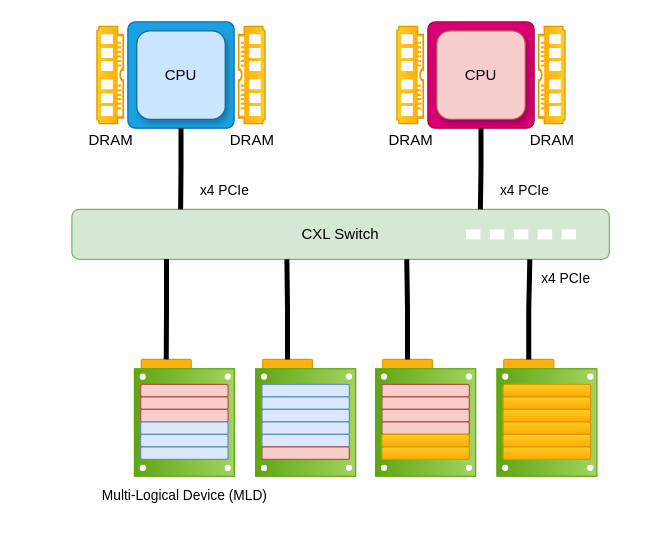
kamilkhan52/cxl_diagrams keeps this draw.io diagram as Single lines No Switch MLD multiple hosts.drawio. Above is the earlier version. Source tidied: cells renumbered, new cells numbered last; positions are measured from the earlier drawing's top-left corner, leaving out a move shared by most shapes. Both pictures are drawn from the tidied source at 125%, with x=0, y=0 at pixel (71, 21).
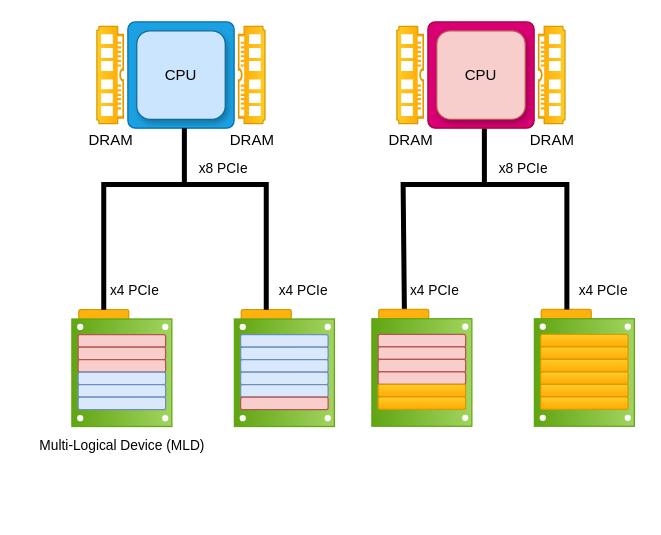
Above is the later version.

Unchanged cells that the change refers to:
```xml
<mxCell id="11" style="rounded=1;whiteSpace=wrap;html=1;direction=south;fillColor=#ffb20d;arcSize=7;strokeColor=#d79b00;rotation=90;" parent="10" vertex="1">
  <mxGeometry x="15.7" y="-10.2" width="19.6" height="40" as="geometry" />
</mxCell>
<mxCell id="24" style="rounded=1;whiteSpace=wrap;html=1;direction=south;fillColor=#ffb20d;arcSize=7;strokeColor=#d79b00;rotation=90;" parent="23" vertex="1">
  <mxGeometry x="15.7" y="-10.2" width="19.6" height="40" as="geometry" />
</mxCell>
<mxCell id="37" style="rounded=1;whiteSpace=wrap;html=1;direction=south;fillColor=#ffb20d;arcSize=7;strokeColor=#d79b00;rotation=90;" parent="36" vertex="1">
  <mxGeometry x="15.7" y="-10.2" width="19.6" height="40" as="geometry" />
</mxCell>
<mxCell id="51" style="rounded=1;whiteSpace=wrap;html=1;direction=south;fillColor=#ffb20d;arcSize=7;strokeColor=#d79b00;rotation=90;" parent="50" vertex="1">
  <mxGeometry x="15.7" y="-10.2" width="19.6" height="40" as="geometry" />
</mxCell>
<mxCell id="65" style="rounded=1;whiteSpace=wrap;html=1;arcSize=7;fillColor=#1ba1e2;strokeColor=#006EAF;fontColor=#ffffff;" parent="64" vertex="1">
  <mxGeometry width="85" height="85" as="geometry" />
</mxCell>
<mxCell id="72" style="rounded=1;whiteSpace=wrap;html=1;arcSize=7;fillColor=#d80073;strokeColor=#A50040;fontColor=#ffffff;" parent="71" vertex="1">
  <mxGeometry width="85" height="85" as="geometry" />
</mxCell>
```

Diff of the diagram source:
```diff
@@
+    <mxCell id="83" style="edgeStyle=orthogonalEdgeStyle;rounded=0;orthogonalLoop=1;jettySize=auto;html=1;endArrow=none;endFill=0;strokeWidth=4;entryX=0.5;entryY=1;entryDx=0;entryDy=0;" parent="1" edge="1">
+      <mxGeometry relative="1" as="geometry">
+        <mxPoint x="330" y="85" as="sourcePoint" />
+        <mxPoint x="266" y="230" as="targetPoint" />
+        <Array as="points">
+          <mxPoint x="330" y="130" />
+          <mxPoint x="265" y="130" />
+        </Array>
+      </mxGeometry>
+    </mxCell>
     <mxCell id="2" value="x4 PCIe" style="text;html=1;align=center;verticalAlign=middle;strokeColor=none;fillColor=none;fontFamily=Helvetica;fontSize=11;fontColor=default;labelBackgroundColor=default;" parent="1" vertex="1">
-      <mxGeometry x="92" y="120" width="60" height="30" as="geometry" />
+      <mxGeometry x="154.6" y="200.2" width="60" height="30" as="geometry" />
     </mxCell>
-    <mxCell id="3" style="group;" parent="1" vertex="1">
-      <mxGeometry y="150" width="430" height="40" as="geometry" />
-    </mxCell>
-    <mxCell id="4" value="CXL Switch" style="rounded=1;whiteSpace=wrap;html=1;fillColor=#d5e8d4;strokeColor=#82b366;" parent="3" vertex="1">
-      <mxGeometry width="430" height="40" as="geometry" />
-    </mxCell>
-    <mxCell id="5" style="rounded=0;whiteSpace=wrap;html=1;strokeColor=none;" parent="3" vertex="1">
-      <mxGeometry x="315.3" y="16" width="11.5" height="8" as="geometry" />
-    </mxCell>
-    <mxCell id="6" style="rounded=0;whiteSpace=wrap;html=1;strokeColor=none;" parent="3" vertex="1">
-      <mxGeometry x="334.4" y="16" width="11.5" height="8" as="geometry" />
-    </mxCell>
-    <mxCell id="7" style="rounded=0;whiteSpace=wrap;html=1;strokeColor=none;" parent="3" vertex="1">
-      <mxGeometry x="353.6" y="16" width="11.5" height="8" as="geometry" />
-    </mxCell>
-    <mxCell id="8" style="rounded=0;whiteSpace=wrap;html=1;strokeColor=none;" parent="3" vertex="1">
-      <mxGeometry x="372.7" y="16" width="11.5" height="8" as="geometry" />
-    </mxCell>
-    <mxCell id="9" style="rounded=0;whiteSpace=wrap;html=1;strokeColor=none;" parent="3" vertex="1">
-      <mxGeometry x="391.8" y="16" width="11.5" height="8" as="geometry" />
-    </mxCell>
     <mxCell id="10" style="group;" parent="1" vertex="1">
-      <mxGeometry x="243" y="270" width="80" height="93.5" as="geometry" />
+      <mxGeometry x="240" y="230" width="80" height="93.5" as="geometry" />
     </mxCell>
@@
     <mxCell id="15" style="ellipse;whiteSpace=wrap;html=1;strokeWidth=3;shadow=0;strokeColor=#ffffff;rotation=90;" parent="10" vertex="1">
-      <mxGeometry x="5.7" y="12.8" width="2" height="2" as="geometry" />
+      <mxGeometry x="-44.3" y="-27" width="2" height="2" as="geometry" />
     </mxCell>
     <mxCell id="16" style="ellipse;whiteSpace=wrap;html=1;strokeWidth=3;shadow=0;strokeColor=#ffffff;rotation=90;" parent="10" vertex="1">
-      <mxGeometry x="5.7" y="85.8" width="2" height="2" as="geometry" />
+      <mxGeometry x="-44.3" y="46" width="2" height="2" as="geometry" />
     </mxCell>
@@
     <mxCell id="23" style="group;" parent="1" vertex="1">
-      <mxGeometry x="340" y="270" width="80" height="93.5" as="geometry" />
+      <mxGeometry x="370" y="230" width="80" height="93.5" as="geometry" />
     </mxCell>
@@
     <mxCell id="36" style="group;" parent="1" vertex="1">
-      <mxGeometry x="50" y="270" width="80" height="93.5" as="geometry" />
+      <mxGeometry y="230.2" width="80" height="93.5" as="geometry" />
     </mxCell>
@@
     <mxCell id="49" value="Multi-Logical Device (MLD)" style="text;html=1;align=center;verticalAlign=middle;strokeColor=none;fillColor=none;fontFamily=Helvetica;fontSize=11;fontColor=default;labelBackgroundColor=default;" parent="1" vertex="1">
-      <mxGeometry x="10" y="363.5" width="160" height="30" as="geometry" />
+      <mxGeometry x="-40" y="323.7" width="160" height="30" as="geometry" />
     </mxCell>
     <mxCell id="50" style="group;" parent="1" vertex="1">
-      <mxGeometry x="147" y="270" width="80" height="93.5" as="geometry" />
+      <mxGeometry x="130" y="230.2" width="80" height="93.5" as="geometry" />
     </mxCell>
@@
     <mxCell id="63" style="group;" parent="1" vertex="1">
-      <mxGeometry x="20" width="134.6" height="85" as="geometry" />
+      <mxGeometry x="20" width="134.6" height="130" as="geometry" />
     </mxCell>
@@
-    <mxCell id="69" value="x4 PCIe" style="text;html=1;align=center;verticalAlign=middle;strokeColor=none;fillColor=none;fontFamily=Helvetica;fontSize=11;fontColor=default;labelBackgroundColor=default;" parent="1" vertex="1">
-      <mxGeometry x="332" y="120" width="60" height="30" as="geometry" />
-    </mxCell>
+    <mxCell id="84" value="x8 PCIe" style="text;html=1;align=center;verticalAlign=middle;strokeColor=none;fillColor=none;fontFamily=Helvetica;fontSize=11;fontColor=default;labelBackgroundColor=default;" parent="63" vertex="1">
+      <mxGeometry x="71" y="102" width="60" height="30" as="geometry" />
+    </mxCell>
@@
-    <mxCell id="76" style="edgeStyle=orthogonalEdgeStyle;rounded=0;jettySize=auto;html=1;endArrow=none;endFill=0;strokeWidth=4;" parent="1" edge="1" source="65">
+    <mxCell id="76" style="edgeStyle=orthogonalEdgeStyle;rounded=0;jettySize=auto;html=1;endArrow=none;endFill=0;strokeWidth=4;entryX=0.5;entryY=1;entryDx=0;entryDy=0;" parent="1" edge="1" source="65" target="37">
       <mxGeometry relative="1" as="geometry">
-        <mxPoint x="87" y="150" as="targetPoint" />
+        <Array as="points">
+          <mxPoint x="90" y="130" />
+          <mxPoint x="25" y="130" />
+        </Array>
       </mxGeometry>
     </mxCell>
-    <mxCell id="77" style="edgeStyle=orthogonalEdgeStyle;rounded=0;jettySize=auto;html=1;entryX=0.76;entryY=0;entryDx=0;entryDy=0;entryPerimeter=0;strokeColor=default;strokeWidth=4;align=center;verticalAlign=middle;fontFamily=Helvetica;fontSize=11;fontColor=default;labelBackgroundColor=default;endArrow=none;endFill=0;" parent="1" edge="1" source="72" target="4">
-      <mxGeometry relative="1" as="geometry" />
-    </mxCell>
-    <mxCell id="78" style="edgeStyle=orthogonalEdgeStyle;rounded=0;jettySize=auto;html=1;entryX=0.5;entryY=1;entryDx=0;entryDy=0;strokeColor=default;strokeWidth=4;align=center;verticalAlign=middle;fontFamily=Helvetica;fontSize=11;fontColor=default;labelBackgroundColor=default;endArrow=none;endFill=0;exitX=0.176;exitY=0.995;exitDx=0;exitDy=0;exitPerimeter=0;" parent="1" edge="1" source="4" target="37">
-      <mxGeometry relative="1" as="geometry" />
-    </mxCell>
-    <mxCell id="79" style="edgeStyle=orthogonalEdgeStyle;rounded=0;jettySize=auto;html=1;entryX=0.4;entryY=1;entryDx=0;entryDy=0;entryPerimeter=0;strokeColor=default;strokeWidth=4;align=center;verticalAlign=middle;fontFamily=Helvetica;fontSize=11;fontColor=default;labelBackgroundColor=default;endArrow=none;endFill=0;" parent="1" edge="1" source="51" target="4">
-      <mxGeometry relative="1" as="geometry" />
+    <mxCell id="79" style="edgeStyle=orthogonalEdgeStyle;rounded=0;jettySize=auto;html=1;strokeColor=default;strokeWidth=4;align=center;verticalAlign=middle;fontFamily=Helvetica;fontSize=11;fontColor=default;labelBackgroundColor=default;endArrow=none;endFill=0;exitX=0.5;exitY=1;exitDx=0;exitDy=0;" parent="1" edge="1" source="51">
+      <mxGeometry relative="1" as="geometry">
+        <mxPoint x="90" y="130" as="targetPoint" />
+        <Array as="points">
+          <mxPoint x="156" y="130" />
+        </Array>
+      </mxGeometry>
     </mxCell>
-    <mxCell id="80" style="edgeStyle=orthogonalEdgeStyle;rounded=0;jettySize=auto;html=1;entryX=0.623;entryY=1;entryDx=0;entryDy=0;entryPerimeter=0;strokeColor=default;strokeWidth=4;align=center;verticalAlign=middle;fontFamily=Helvetica;fontSize=11;fontColor=default;labelBackgroundColor=default;endArrow=none;endFill=0;" parent="1" edge="1" source="11" target="4">
-      <mxGeometry relative="1" as="geometry" />
-    </mxCell>
-    <mxCell id="81" style="edgeStyle=orthogonalEdgeStyle;rounded=0;jettySize=auto;html=1;entryX=0.852;entryY=1;entryDx=0;entryDy=0;entryPerimeter=0;strokeColor=default;strokeWidth=4;align=center;verticalAlign=middle;fontFamily=Helvetica;fontSize=11;fontColor=default;labelBackgroundColor=default;endArrow=none;endFill=0;" parent="1" edge="1" source="24" target="4">
-      <mxGeometry relative="1" as="geometry" />
-    </mxCell>
-    <mxCell id="82" value="x4 PCIe" style="text;html=1;align=center;verticalAlign=middle;strokeColor=none;fillColor=none;fontFamily=Helvetica;fontSize=11;fontColor=default;labelBackgroundColor=default;" parent="1" vertex="1">
-      <mxGeometry x="365" y="190" width="60" height="30" as="geometry" />
-    </mxCell>
+    <mxCell id="85" value="x4 PCIe" style="text;html=1;align=center;verticalAlign=middle;strokeColor=none;fillColor=none;fontFamily=Helvetica;fontSize=11;fontColor=default;labelBackgroundColor=default;" parent="1" vertex="1">
+      <mxGeometry x="20" y="200.2" width="60" height="30" as="geometry" />
+    </mxCell>
+    <mxCell id="86" value="x8 PCIe" style="text;html=1;align=center;verticalAlign=middle;strokeColor=none;fillColor=none;fontFamily=Helvetica;fontSize=11;fontColor=default;labelBackgroundColor=default;" parent="1" vertex="1">
+      <mxGeometry x="331" y="102" width="60" height="30" as="geometry" />
+    </mxCell>
+    <mxCell id="87" style="edgeStyle=orthogonalEdgeStyle;rounded=0;orthogonalLoop=1;jettySize=auto;html=1;strokeColor=default;strokeWidth=4;align=center;verticalAlign=middle;fontFamily=Helvetica;fontSize=11;fontColor=default;labelBackgroundColor=default;endArrow=none;endFill=0;exitX=0.5;exitY=1;exitDx=0;exitDy=0;" parent="1" edge="1">
+      <mxGeometry relative="1" as="geometry">
+        <mxPoint x="396" y="230" as="sourcePoint" />
+        <mxPoint x="330" y="130" as="targetPoint" />
+        <Array as="points">
+          <mxPoint x="396" y="130" />
+        </Array>
+      </mxGeometry>
+    </mxCell>
+    <mxCell id="88" value="x4 PCIe" style="text;html=1;align=center;verticalAlign=middle;strokeColor=none;fillColor=none;fontFamily=Helvetica;fontSize=11;fontColor=default;labelBackgroundColor=default;" parent="1" vertex="1">
+      <mxGeometry x="394.6" y="200.2" width="60" height="30" as="geometry" />
+    </mxCell>
+    <mxCell id="89" value="x4 PCIe" style="text;html=1;align=center;verticalAlign=middle;strokeColor=none;fillColor=none;fontFamily=Helvetica;fontSize=11;fontColor=default;labelBackgroundColor=default;" parent="1" vertex="1">
+      <mxGeometry x="260" y="200.2" width="60" height="30" as="geometry" />
+    </mxCell>
```
